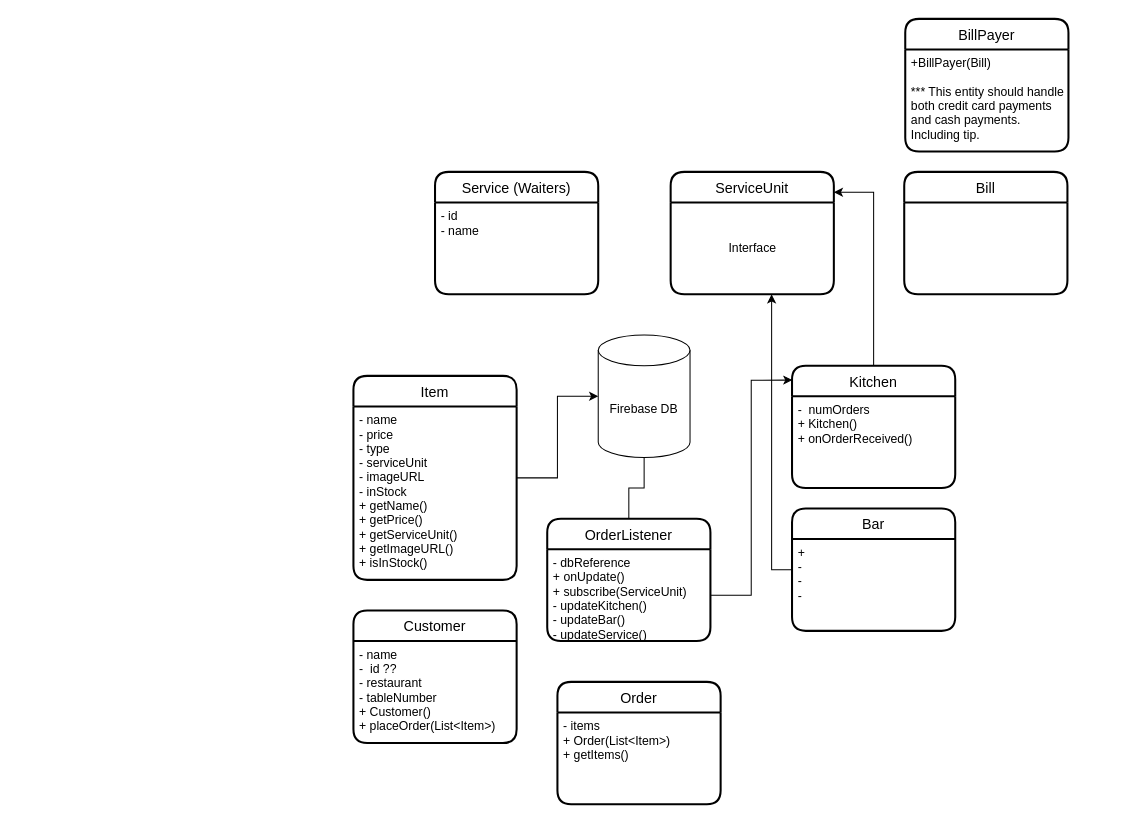
The draw.io diagram Class Diagram.drawio in SoftwareEng-3010/Diagrams, before the edit. Source tidied: cells renumbered, new cells numbered last; positions are measured from the earlier drawing's top-left corner, leaving out a move shared by most shapes. Both pictures are drawn from the tidied source at 102%, with x=0, y=0 at pixel (353, 18).
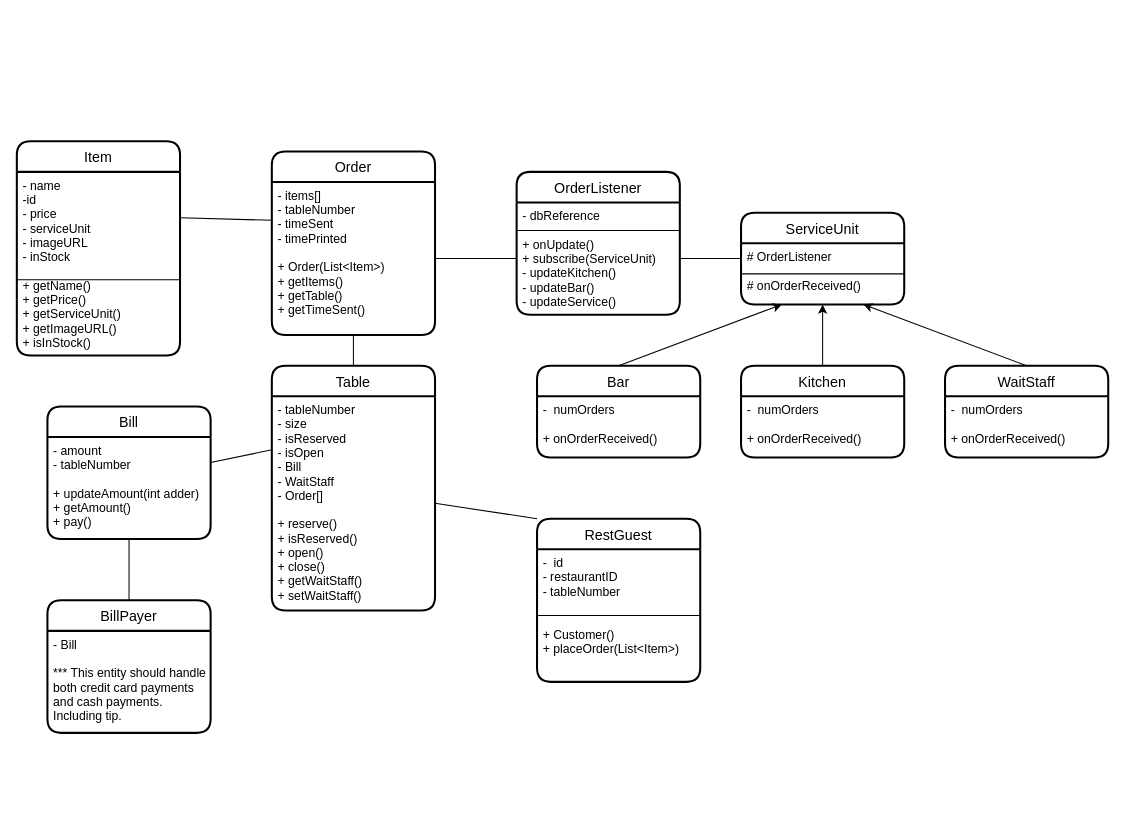
The same page after the edit.

What changed in the source:
```diff
@@
-    <mxCell id="2" value="Customer" style="swimlane;horizontal=1;startSize=30;rounded=1;fontSize=14;fontStyle=0;strokeWidth=2;shadow=0;dashed=0;align=center;" parent="1" vertex="1">
-      <mxGeometry y="580" width="160" height="130" as="geometry" />
+    <mxCell id="2" value="RestGuest" style="swimlane;horizontal=1;startSize=30;rounded=1;fontSize=14;fontStyle=0;strokeWidth=2;shadow=0;dashed=0;align=center;" parent="1" vertex="1">
+      <mxGeometry x="180" y="490" width="160" height="160" as="geometry" />
     </mxCell>
-    <mxCell id="3" value="- name&#10;-  id ??&#10;- restaurant&#10;- tableNumber&#10;+ Customer()&#10;+ placeOrder(List&lt;Item&gt;)" style="align=left;strokeColor=none;fillColor=none;spacingLeft=4;fontSize=12;verticalAlign=top;" parent="2" vertex="1">
-      <mxGeometry y="30" width="160" height="100" as="geometry" />
+    <mxCell id="3" value="-  id&#10;- restaurantID&#10;- tableNumber&#10;&#10;&#10;+ Customer()&#10;+ placeOrder(List&lt;Item&gt;)" style="align=left;strokeColor=none;fillColor=none;spacingLeft=4;fontSize=12;verticalAlign=top;" parent="2" vertex="1">
+      <mxGeometry y="30" width="160" height="130" as="geometry" />
     </mxCell>
+    <mxCell id="27" style="endArrow=none;html=1;rounded=0;exitX=0;exitY=0.5;exitDx=0;exitDy=0;entryX=1;entryY=0.5;entryDx=0;entryDy=0;" parent="2" edge="1" source="3" target="3">
+      <mxGeometry relative="1" as="geometry" />
+    </mxCell>
-    <mxCell id="4" value="Service (Waiters)" style="swimlane;horizontal=1;startSize=30;rounded=1;fontSize=14;fontStyle=0;strokeWidth=2;shadow=0;dashed=0;align=center;" parent="1" vertex="1">
-      <mxGeometry x="80" y="150" width="160" height="120" as="geometry" />
+    <mxCell id="4" value="WaitStaff" style="swimlane;horizontal=1;startSize=30;rounded=1;fontSize=14;fontStyle=0;strokeWidth=2;shadow=0;dashed=0;align=center;" parent="1" vertex="1">
+      <mxGeometry x="580" y="340" width="160" height="90" as="geometry" />
     </mxCell>
-    <mxCell id="5" value="- id &#10;- name" style="align=left;strokeColor=none;fillColor=none;spacingLeft=4;fontSize=12;verticalAlign=top;" parent="4" vertex="1">
-      <mxGeometry y="30" width="160" height="90" as="geometry" />
+    <mxCell id="5" value="-  numOrders&#10;&#10;+ onOrderReceived()" style="align=left;strokeColor=none;fillColor=none;spacingLeft=4;fontSize=12;verticalAlign=top;" parent="4" vertex="1">
+      <mxGeometry y="30" width="160" height="60" as="geometry" />
     </mxCell>
-    <mxCell id="6" style="edgeStyle=orthogonalEdgeStyle;rounded=0;jettySize=auto;html=1;exitX=0.5;exitY=0;exitDx=0;exitDy=0;entryX=1;entryY=0.167;entryDx=0;entryDy=0;entryPerimeter=0;" parent="1" edge="1" source="7" target="22">
-      <mxGeometry relative="1" as="geometry" />
-    </mxCell>
     <mxCell id="7" value="Kitchen" style="swimlane;horizontal=1;startSize=30;rounded=1;fontSize=14;fontStyle=0;strokeWidth=2;shadow=0;dashed=0;align=center;" parent="1" vertex="1">
-      <mxGeometry x="430" y="340" width="160" height="120" as="geometry" />
+      <mxGeometry x="380" y="340" width="160" height="90" as="geometry" />
     </mxCell>
-    <mxCell id="8" value="-  numOrders&#10;+ Kitchen()&#10;+ onOrderReceived()" style="align=left;strokeColor=none;fillColor=none;spacingLeft=4;fontSize=12;verticalAlign=top;" parent="7" vertex="1">
-      <mxGeometry y="30" width="160" height="90" as="geometry" />
+    <mxCell id="8" value="-  numOrders&#10;&#10;+ onOrderReceived()" style="align=left;strokeColor=none;fillColor=none;spacingLeft=4;fontSize=12;verticalAlign=top;" parent="7" vertex="1">
+      <mxGeometry y="30" width="160" height="60" as="geometry" />
     </mxCell>
-    <mxCell id="9" style="edgeStyle=orthogonalEdgeStyle;rounded=0;jettySize=auto;html=1;entryX=0.5;entryY=0.875;entryDx=0;entryDy=0;entryPerimeter=0;" parent="1" edge="1" source="10" target="17">
-      <mxGeometry relative="1" as="geometry" />
-    </mxCell>
     <mxCell id="10" value="OrderListener" style="swimlane;horizontal=1;startSize=30;rounded=1;fontSize=14;fontStyle=0;strokeWidth=2;shadow=0;dashed=0;align=center;" parent="1" vertex="1">
-      <mxGeometry x="190" y="490" width="160" height="120" as="geometry" />
+      <mxGeometry x="160" y="150" width="160" height="140" as="geometry" />
     </mxCell>
+    <mxCell id="28" style="endArrow=none;html=1;rounded=0;exitX=0;exitY=0.25;exitDx=0;exitDy=0;entryX=1;entryY=0.25;entryDx=0;entryDy=0;" parent="10" edge="1" source="11" target="11">
+      <mxGeometry relative="1" as="geometry" />
+    </mxCell>
-    <mxCell id="11" value="- dbReference&#10;+ onUpdate()&#10;+ subscribe(ServiceUnit)&#10;- updateKitchen()&#10;- updateBar()&#10;- updateService()" style="align=left;strokeColor=none;fillColor=none;spacingLeft=4;fontSize=12;verticalAlign=top;" parent="10" vertex="1">
-      <mxGeometry y="30" width="160" height="90" as="geometry" />
+    <mxCell id="11" value="- dbReference&#10;&#10;+ onUpdate()&#10;+ subscribe(ServiceUnit)&#10;- updateKitchen()&#10;- updateBar()&#10;- updateService()" style="align=left;strokeColor=none;fillColor=none;spacingLeft=4;fontSize=12;verticalAlign=top;" parent="10" vertex="1">
+      <mxGeometry y="30" width="160" height="110" as="geometry" />
     </mxCell>
     <mxCell id="12" value="Order" style="swimlane;horizontal=1;startSize=30;rounded=1;fontSize=14;fontStyle=0;strokeWidth=2;shadow=0;dashed=0;align=center;" parent="1" vertex="1">
-      <mxGeometry x="200" y="650" width="160" height="120" as="geometry" />
+      <mxGeometry x="-80" y="130" width="160" height="180" as="geometry" />
     </mxCell>
-    <mxCell id="13" value="- items&#10;+ Order(List&lt;Item&gt;)&#10;+ getItems()" style="align=left;strokeColor=none;fillColor=none;spacingLeft=4;fontSize=12;verticalAlign=top;" parent="12" vertex="1">
-      <mxGeometry y="30" width="160" height="90" as="geometry" />
+    <mxCell id="13" value="- items[]&#10;- tableNumber&#10;- timeSent&#10;- timePrinted&#10;&#10;+ Order(List&lt;Item&gt;)&#10;+ getItems()&#10;+ getTable()&#10;+ getTimeSent()" style="align=left;strokeColor=none;fillColor=none;spacingLeft=4;fontSize=12;verticalAlign=top;" parent="12" vertex="1">
+      <mxGeometry y="30" width="160" height="150" as="geometry" />
     </mxCell>
-    <mxCell id="14" style="edgeStyle=orthogonalEdgeStyle;rounded=0;jettySize=auto;html=1;" parent="1" edge="1" source="15" target="17">
-      <mxGeometry relative="1" as="geometry" />
-    </mxCell>
     <mxCell id="15" value="Item" style="swimlane;horizontal=1;startSize=30;rounded=1;fontSize=14;fontStyle=0;strokeWidth=2;shadow=0;dashed=0;align=center;" parent="1" vertex="1">
-      <mxGeometry y="350" width="160" height="200" as="geometry" />
+      <mxGeometry x="-330" y="120" width="160" height="210" as="geometry" />
     </mxCell>
-    <mxCell id="16" value="- name&#10;- price&#10;- type&#10;- serviceUnit&#10;- imageURL&#10;- inStock&#10;+ getName()&#10;+ getPrice()&#10;+ getServiceUnit()&#10;+ getImageURL()&#10;+ isInStock()" style="align=left;strokeColor=none;fillColor=none;spacingLeft=4;fontSize=12;verticalAlign=top;" parent="15" vertex="1">
-      <mxGeometry y="30" width="160" height="170" as="geometry" />
+    <mxCell id="16" value="- name&#10;-id&#10;- price&#10;- serviceUnit&#10;- imageURL&#10;- inStock&#10;&#10;+ getName()&#10;+ getPrice()&#10;+ getServiceUnit()&#10;+ getImageURL()&#10;+ isInStock()" style="align=left;strokeColor=none;fillColor=none;spacingLeft=4;fontSize=12;verticalAlign=top;" parent="15" vertex="1">
+      <mxGeometry y="30" width="160" height="180" as="geometry" />
     </mxCell>
-    <mxCell id="17" value="Firebase DB" style="shape=cylinder3;whiteSpace=wrap;html=1;boundedLbl=1;backgroundOutline=1;size=15;" parent="1" vertex="1">
-      <mxGeometry x="240" y="310" width="90" height="120" as="geometry" />
-    </mxCell>
-    <mxCell id="18" style="edgeStyle=orthogonalEdgeStyle;rounded=0;jettySize=auto;html=1;" parent="1" edge="1" source="19">
-      <mxGeometry relative="1" as="geometry">
-        <mxPoint x="410" y="270" as="targetPoint" />
-      </mxGeometry>
-    </mxCell>
+    <mxCell id="29" style="endArrow=none;html=1;rounded=0;exitX=0;exitY=0.588;exitDx=0;exitDy=0;entryX=1;entryY=0.588;entryDx=0;entryDy=0;exitPerimeter=0;entryPerimeter=0;" parent="15" edge="1" source="16" target="16">
+      <mxGeometry relative="1" as="geometry" />
+    </mxCell>
     <mxCell id="19" value="Bar" style="swimlane;horizontal=1;startSize=30;rounded=1;fontSize=14;fontStyle=0;strokeWidth=2;shadow=0;dashed=0;align=center;" parent="1" vertex="1">
-      <mxGeometry x="430" y="480" width="160" height="120" as="geometry" />
+      <mxGeometry x="180" y="340" width="160" height="90" as="geometry" />
     </mxCell>
-    <mxCell id="20" value="+ &#10;- &#10;- &#10;- " style="align=left;strokeColor=none;fillColor=none;spacingLeft=4;fontSize=12;verticalAlign=top;" parent="19" vertex="1">
-      <mxGeometry y="30" width="160" height="90" as="geometry" />
+    <mxCell id="20" value="-  numOrders&#10;&#10;+ onOrderReceived()" style="align=left;strokeColor=none;fillColor=none;spacingLeft=4;fontSize=12;verticalAlign=top;" parent="19" vertex="1">
+      <mxGeometry y="30" width="160" height="60" as="geometry" />
     </mxCell>
-    <mxCell id="21" style="edgeStyle=orthogonalEdgeStyle;rounded=0;jettySize=auto;html=1;entryX=0.002;entryY=0.118;entryDx=0;entryDy=0;entryPerimeter=0;" parent="1" edge="1" source="11" target="7">
-      <mxGeometry relative="1" as="geometry" />
-    </mxCell>
-    <mxCell id="22" value="ServiceUnit" style="swimlane;horizontal=1;startSize=30;rounded=1;fontSize=14;fontStyle=0;strokeWidth=2;shadow=0;dashed=0;align=center;" parent="1" vertex="1">
-      <mxGeometry x="311" y="150" width="160" height="120" as="geometry" />
-    </mxCell>
-    <mxCell id="23" value="Interface" style="text;html=1;align=center;verticalAlign=middle;strokeColor=none;fillColor=none;" parent="22" vertex="1">
-      <mxGeometry y="30" width="160" height="90" as="geometry" />
-    </mxCell>
-    <mxCell id="24" value="Bill" style="swimlane;horizontal=1;startSize=30;rounded=1;fontSize=14;fontStyle=0;strokeWidth=2;shadow=0;dashed=0;align=center;" parent="1" vertex="1">
-      <mxGeometry x="540" y="150" width="160" height="120" as="geometry" />
-    </mxCell>
     <mxCell id="25" value="BillPayer" style="swimlane;horizontal=1;startSize=30;rounded=1;fontSize=14;fontStyle=0;strokeWidth=2;shadow=0;dashed=0;align=center;" parent="1" vertex="1">
-      <mxGeometry x="541" width="160" height="130" as="geometry" />
+      <mxGeometry x="-300" y="570" width="160" height="130" as="geometry" />
     </mxCell>
-    <mxCell id="26" value="+BillPayer(Bill)&#10;&#10;*** This entity should handle &#10;both credit card payments&#10;and cash payments.&#10;Including tip." style="align=left;strokeColor=none;fillColor=none;spacingLeft=4;fontSize=12;verticalAlign=top;" parent="25" vertex="1">
+    <mxCell id="26" value="- Bill&#10;&#10;*** This entity should handle &#10;both credit card payments&#10;and cash payments.&#10;Including tip." style="align=left;strokeColor=none;fillColor=none;spacingLeft=4;fontSize=12;verticalAlign=top;" parent="25" vertex="1">
       <mxGeometry y="30" width="160" height="100" as="geometry" />
     </mxCell>
+    <mxCell id="22" value="ServiceUnit" style="swimlane;horizontal=1;startSize=30;rounded=1;fontSize=14;fontStyle=0;strokeWidth=2;shadow=0;dashed=0;align=center;" parent="1" vertex="1">
+      <mxGeometry x="380" y="190" width="160" height="90" as="geometry" />
+    </mxCell>
+    <mxCell id="30" style="endArrow=none;html=1;rounded=0;exitX=0;exitY=0.5;exitDx=0;exitDy=0;entryX=1;entryY=0.5;entryDx=0;entryDy=0;" parent="22" edge="1" source="31" target="31">
+      <mxGeometry relative="1" as="geometry" />
+    </mxCell>
+    <mxCell id="31" value="# OrderListener&#10;&#10;# onOrderReceived()" style="align=left;strokeColor=none;fillColor=none;spacingLeft=4;fontSize=12;verticalAlign=top;" parent="22" vertex="1">
+      <mxGeometry y="30" width="160" height="60" as="geometry" />
+    </mxCell>
+    <mxCell id="32" style="endArrow=classic;html=1;rounded=0;exitX=0.5;exitY=0;exitDx=0;exitDy=0;entryX=0.25;entryY=1;entryDx=0;entryDy=0;" parent="1" edge="1" source="19" target="31">
+      <mxGeometry relative="1" as="geometry" />
+    </mxCell>
+    <mxCell id="33" style="endArrow=classic;html=1;rounded=0;exitX=0.5;exitY=0;exitDx=0;exitDy=0;entryX=0.75;entryY=1;entryDx=0;entryDy=0;" parent="1" edge="1" source="4" target="31">
+      <mxGeometry relative="1" as="geometry" />
+    </mxCell>
+    <mxCell id="34" style="endArrow=classic;html=1;rounded=0;exitX=0.5;exitY=0;exitDx=0;exitDy=0;entryX=0.5;entryY=1;entryDx=0;entryDy=0;" parent="1" edge="1" source="7" target="31">
+      <mxGeometry relative="1" as="geometry" />
+    </mxCell>
+    <mxCell id="35" style="endArrow=none;html=1;rounded=0;exitX=1;exitY=0.5;exitDx=0;exitDy=0;entryX=0;entryY=0.5;entryDx=0;entryDy=0;" parent="1" edge="1" source="13" target="11">
+      <mxGeometry relative="1" as="geometry" />
+    </mxCell>
+    <mxCell id="36" style="endArrow=none;html=1;rounded=0;exitX=1;exitY=0.5;exitDx=0;exitDy=0;entryX=0;entryY=0.25;entryDx=0;entryDy=0;" parent="1" edge="1" source="11" target="31">
+      <mxGeometry relative="1" as="geometry" />
+    </mxCell>
+    <mxCell id="37" style="endArrow=none;html=1;rounded=0;exitX=1;exitY=0.25;exitDx=0;exitDy=0;entryX=0;entryY=0.25;entryDx=0;entryDy=0;" parent="1" edge="1" source="16" target="13">
+      <mxGeometry relative="1" as="geometry" />
+    </mxCell>
+    <mxCell id="24" value="Bill" style="swimlane;horizontal=1;startSize=30;rounded=1;fontSize=14;fontStyle=0;strokeWidth=2;shadow=0;dashed=0;align=center;" parent="1" vertex="1">
+      <mxGeometry x="-300" y="380" width="160" height="130" as="geometry" />
+    </mxCell>
+    <mxCell id="38" value="- amount&#10;- tableNumber&#10;&#10;+ updateAmount(int adder)&#10;+ getAmount()&#10;+ pay()&#10;" style="align=left;strokeColor=none;fillColor=none;spacingLeft=4;fontSize=12;verticalAlign=top;" parent="24" vertex="1">
+      <mxGeometry y="30" width="160" height="100" as="geometry" />
+    </mxCell>
+    <mxCell id="39" value="Table" style="swimlane;horizontal=1;startSize=30;rounded=1;fontSize=14;fontStyle=0;strokeWidth=2;shadow=0;dashed=0;align=center;" parent="1" vertex="1">
+      <mxGeometry x="-80" y="340" width="160" height="240" as="geometry" />
+    </mxCell>
+    <mxCell id="40" value="- tableNumber&#10;- size&#10;- isReserved&#10;- isOpen&#10;- Bill&#10;- WaitStaff&#10;- Order[]&#10;&#10;+ reserve()&#10;+ isReserved()&#10;+ open()&#10;+ close()&#10;+ getWaitStaff()&#10;+ setWaitStaff()&#10;&#10;" style="align=left;strokeColor=none;fillColor=none;spacingLeft=4;fontSize=12;verticalAlign=top;" parent="39" vertex="1">
+      <mxGeometry y="30" width="160" height="210" as="geometry" />
+    </mxCell>
+    <mxCell id="41" style="endArrow=none;html=1;rounded=0;exitX=1;exitY=0.25;exitDx=0;exitDy=0;entryX=0;entryY=0.25;entryDx=0;entryDy=0;" parent="1" edge="1" source="38" target="40">
+      <mxGeometry relative="1" as="geometry" />
+    </mxCell>
+    <mxCell id="42" style="endArrow=none;html=1;rounded=0;exitX=0.5;exitY=0;exitDx=0;exitDy=0;" parent="1" edge="1" source="39" target="13">
+      <mxGeometry relative="1" as="geometry" />
+    </mxCell>
+    <mxCell id="43" style="endArrow=none;html=1;rounded=0;exitX=0.5;exitY=0;exitDx=0;exitDy=0;entryX=0.5;entryY=1;entryDx=0;entryDy=0;" parent="1" edge="1" source="25" target="38">
+      <mxGeometry relative="1" as="geometry" />
+    </mxCell>
+    <mxCell id="44" style="endArrow=none;html=1;rounded=0;exitX=1;exitY=0.5;exitDx=0;exitDy=0;entryX=0;entryY=0;entryDx=0;entryDy=0;" parent="1" edge="1" source="40" target="2">
+      <mxGeometry relative="1" as="geometry" />
+    </mxCell>
```
